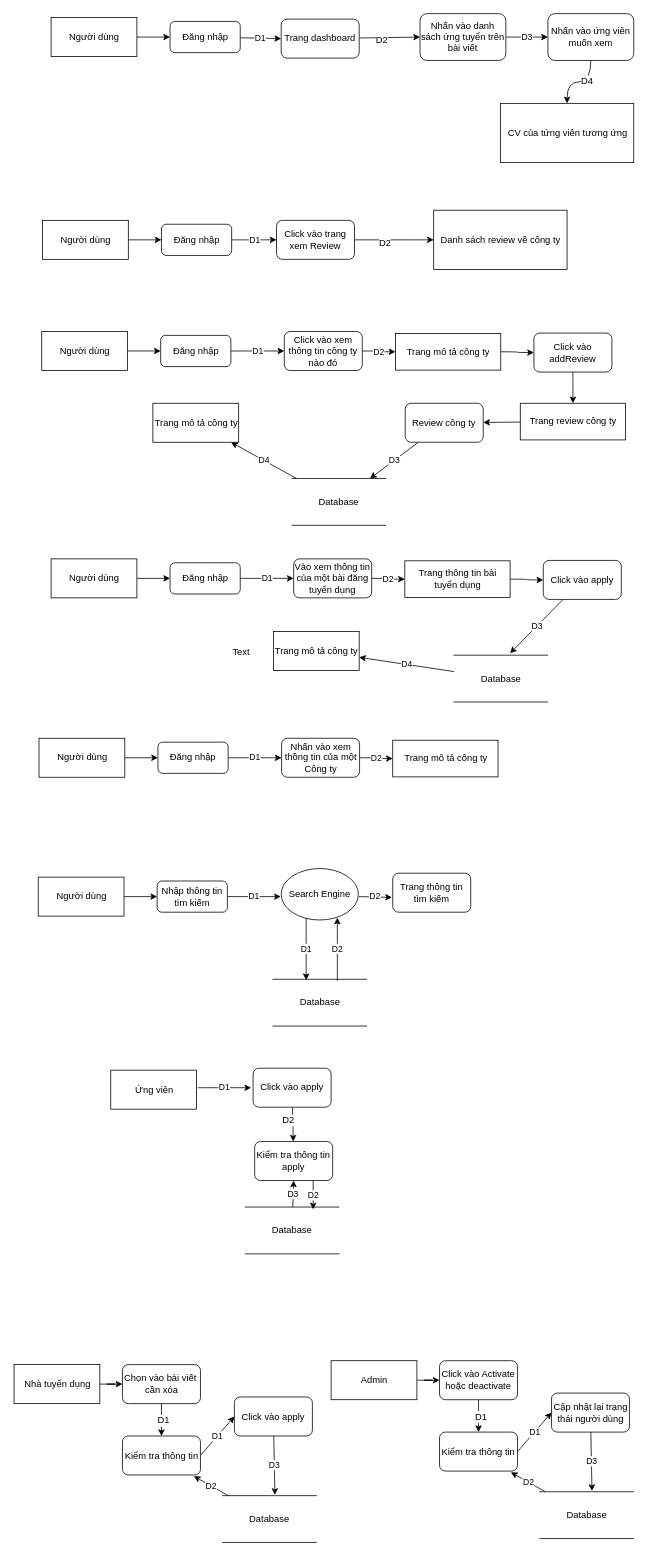
Earlier version of the draw.io diagram page "DFD" (3 of 6) of Use case Diagram.drawio (vietdqhcmute/DATN). Source tidied: cells renumbered, new cells numbered last; positions are measured from the earlier drawing's top-left corner, leaving out a move shared by most shapes. Both pictures are drawn from the tidied source at 78%, with x=0, y=0 at pixel (13, 13).
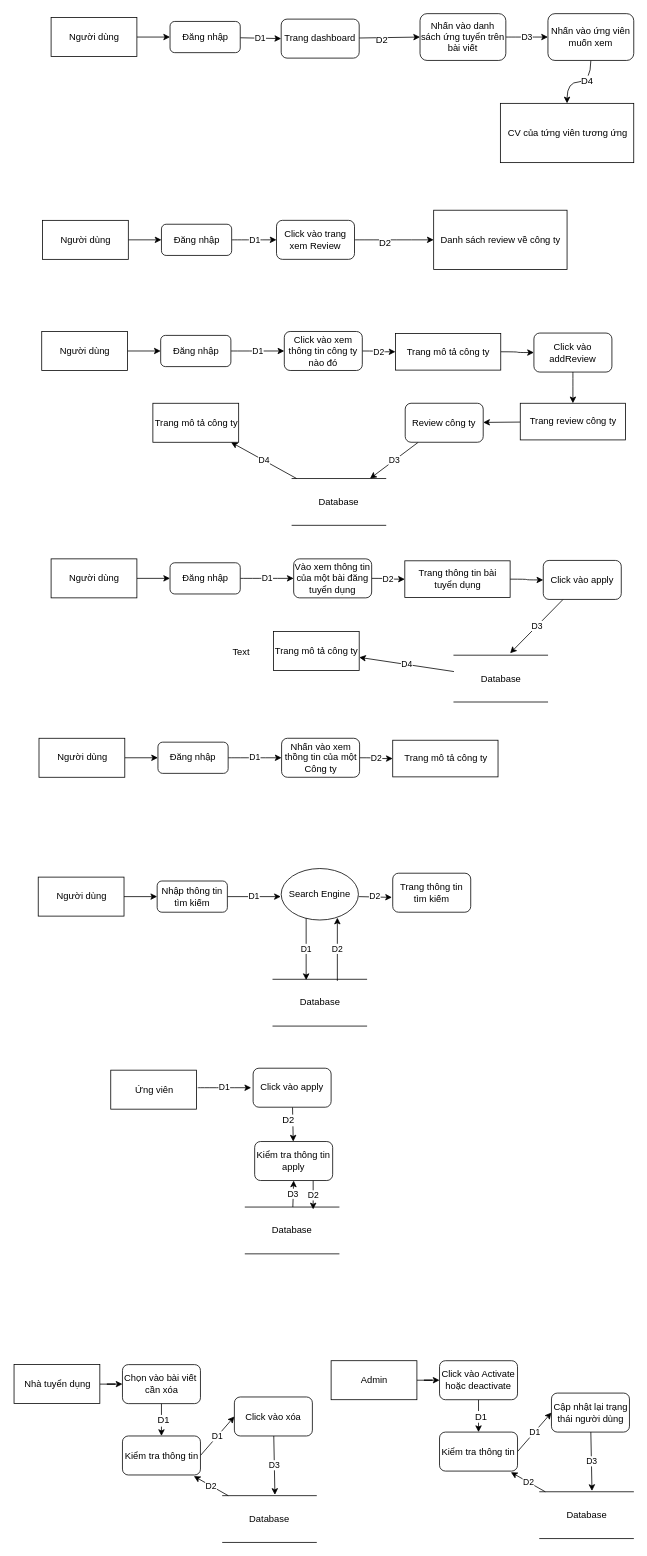
The same diagram, later.

Change to the diagram source:
```diff
@@
-    <mxCell id="91" value="Click vào apply" style="rounded=1;whiteSpace=wrap;html=1;" parent="1" vertex="1">
+    <mxCell id="91" value="Click vào xóa" style="rounded=1;whiteSpace=wrap;html=1;" parent="1" vertex="1">
       <mxGeometry x="283" y="1773.5" width="100" height="50" as="geometry" />
     </mxCell>
```
